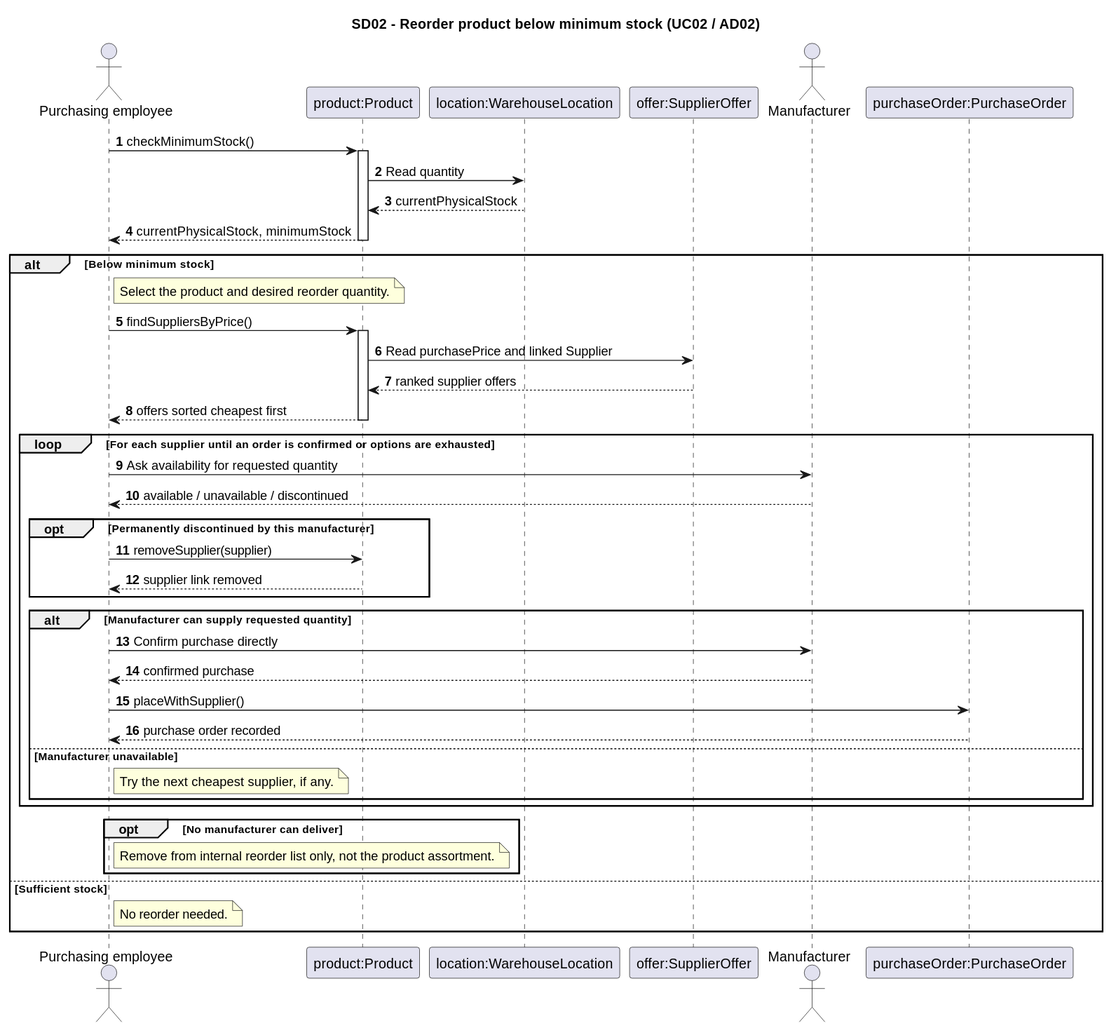
Before: Documentation/Architecture/uml/export/sequence_diagrams/SD02_ProductNietOpVoorraad.svg, a diagram exported from PlantUML (ViktorQorri/Project-Timaflu).
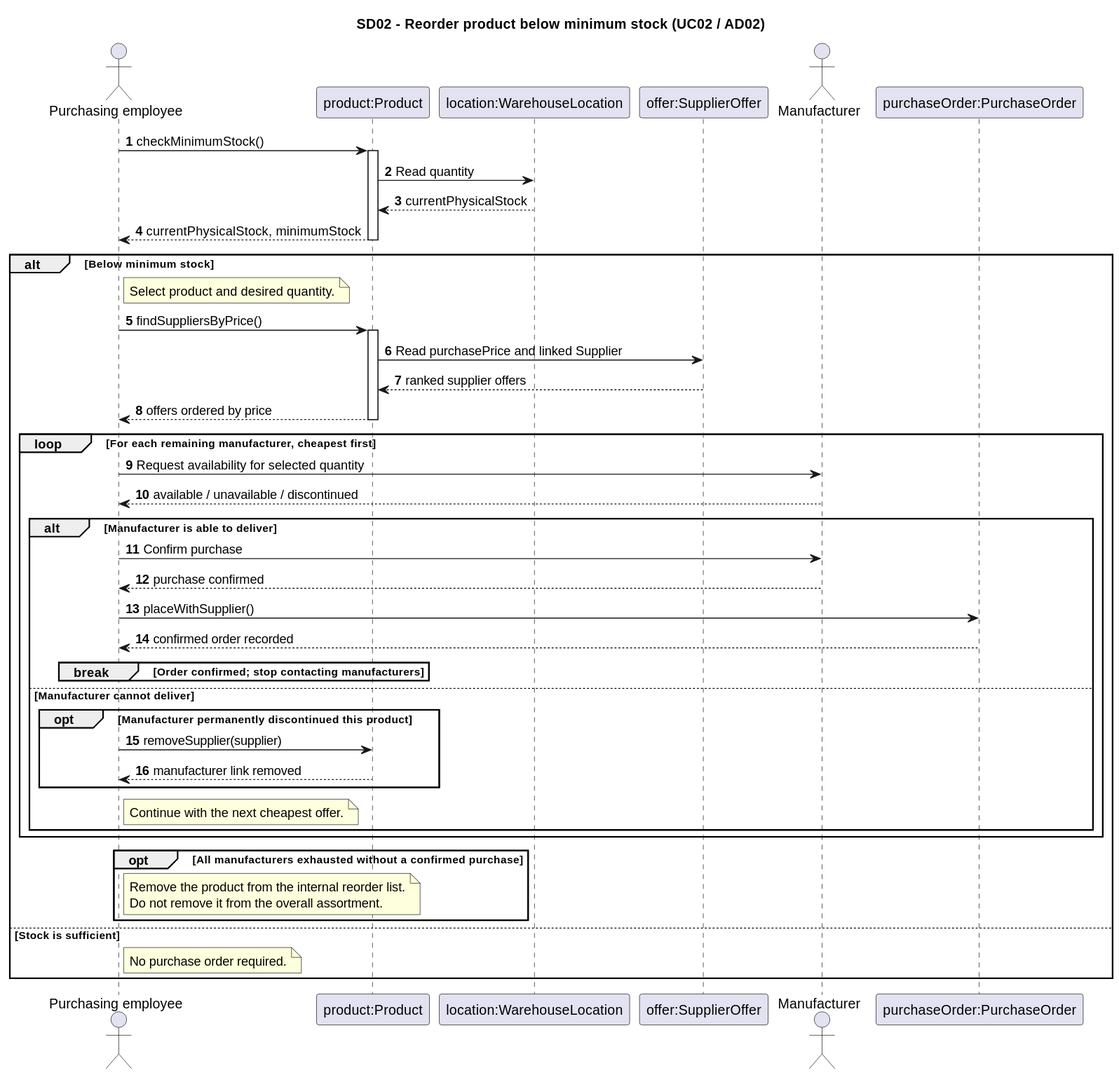
The same diagram one commit later.

Commit message:
Clarify supplier fallback and loop termination in UML

The edit, as a diff of the source:
```diff
@@ -14,33 +14,38 @@
 Product --> Purchasing: currentPhysicalStock, minimumStock
 deactivate Product
 alt Below minimum stock
-  note right of Purchasing: Select the product and desired reorder quantity.
+  note right of Purchasing: Select product and desired quantity.
   Purchasing -> Product: findSuppliersByPrice()
   activate Product
   Product -> Offer: Read purchasePrice and linked Supplier
   Offer --> Product: ranked supplier offers
-  Product --> Purchasing: offers sorted cheapest first
+  Product --> Purchasing: offers ordered by price
   deactivate Product
-  loop For each supplier until an order is confirmed or options are exhausted
-    Purchasing -> Manufacturer: Ask availability for requested quantity
+  loop For each remaining manufacturer, cheapest first
+    Purchasing -> Manufacturer: Request availability for selected quantity
     Manufacturer --> Purchasing: available / unavailable / discontinued
-    opt Permanently discontinued by this manufacturer
-      Purchasing -> Product: removeSupplier(supplier)
-      Product --> Purchasing: supplier link removed
-    end
-    alt Manufacturer can supply requested quantity
-      Purchasing -> Manufacturer: Confirm purchase directly
-      Manufacturer --> Purchasing: confirmed purchase
+    alt Manufacturer is able to deliver
+      Purchasing -> Manufacturer: Confirm purchase
+      Manufacturer --> Purchasing: purchase confirmed
       Purchasing -> PurchaseOrder: placeWithSupplier()
-      PurchaseOrder --> Purchasing: purchase order recorded
-    else Manufacturer unavailable
-      note right of Purchasing: Try the next cheapest supplier, if any.
+      PurchaseOrder --> Purchasing: confirmed order recorded
+      break Order confirmed; stop contacting manufacturers
+      end
+    else Manufacturer cannot deliver
+      opt Manufacturer permanently discontinued this product
+        Purchasing -> Product: removeSupplier(supplier)
+        Product --> Purchasing: manufacturer link removed
+      end
+      note right of Purchasing: Continue with the next cheapest offer.
     end
   end
-  opt No manufacturer can deliver
-    note right of Purchasing: Remove from internal reorder list only, not the product assortment.
+  opt All manufacturers exhausted without a confirmed purchase
+    note right of Purchasing
+      Remove the product from the internal reorder list.
+      Do not remove it from the overall assortment.
+    end note
   end
-else Sufficient stock
-  note right of Purchasing: No reorder needed.
+else Stock is sufficient
+  note right of Purchasing: No purchase order required.
 end
 @enduml
```
